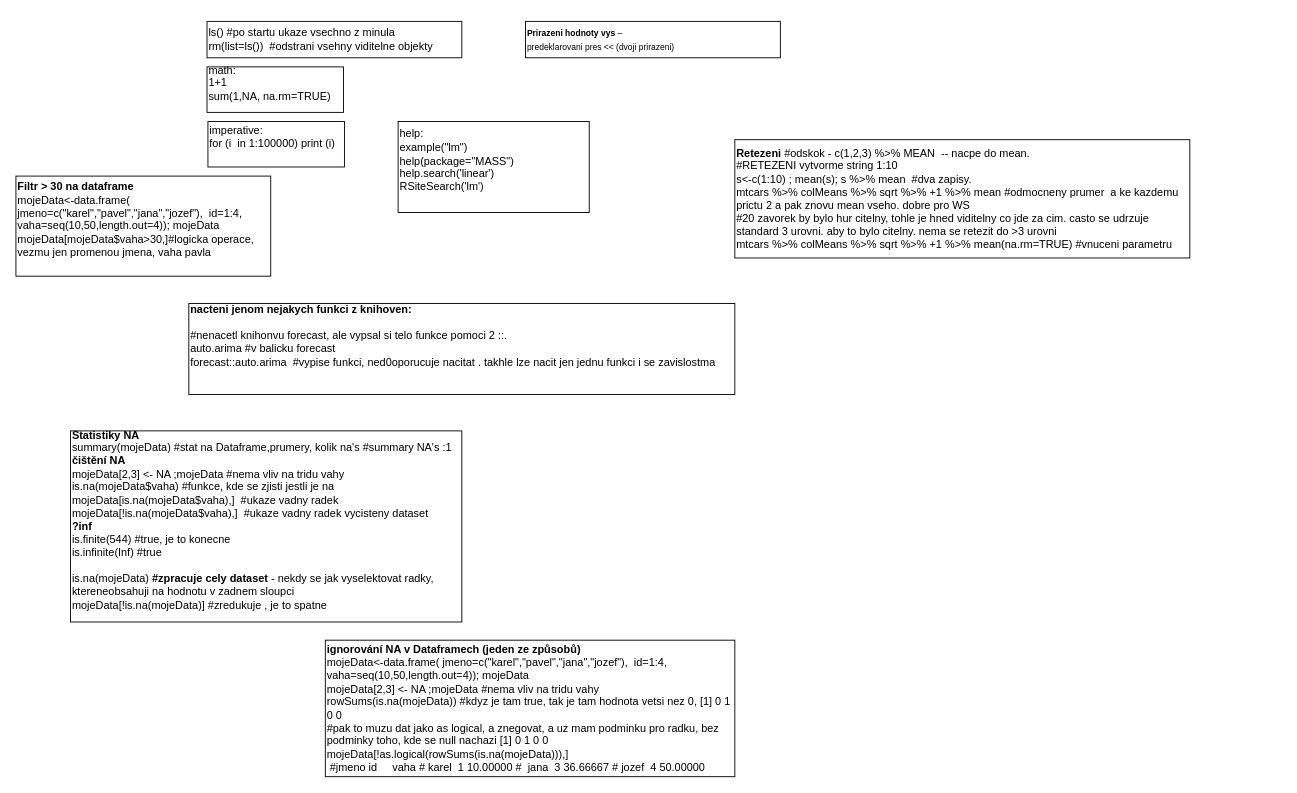
pama78/ucl keeps this draw.io diagram as page "helpers" (4 of 10) of MDAV_UCL.drawio. Above is the earlier version. Source tidied: cells renumbered, new cells numbered last; positions are measured from the earlier drawing's top-left corner, leaving out a move shared by most shapes. Both pictures are drawn from the tidied source at 91%, with x=0, y=0 at pixel (15, 21).
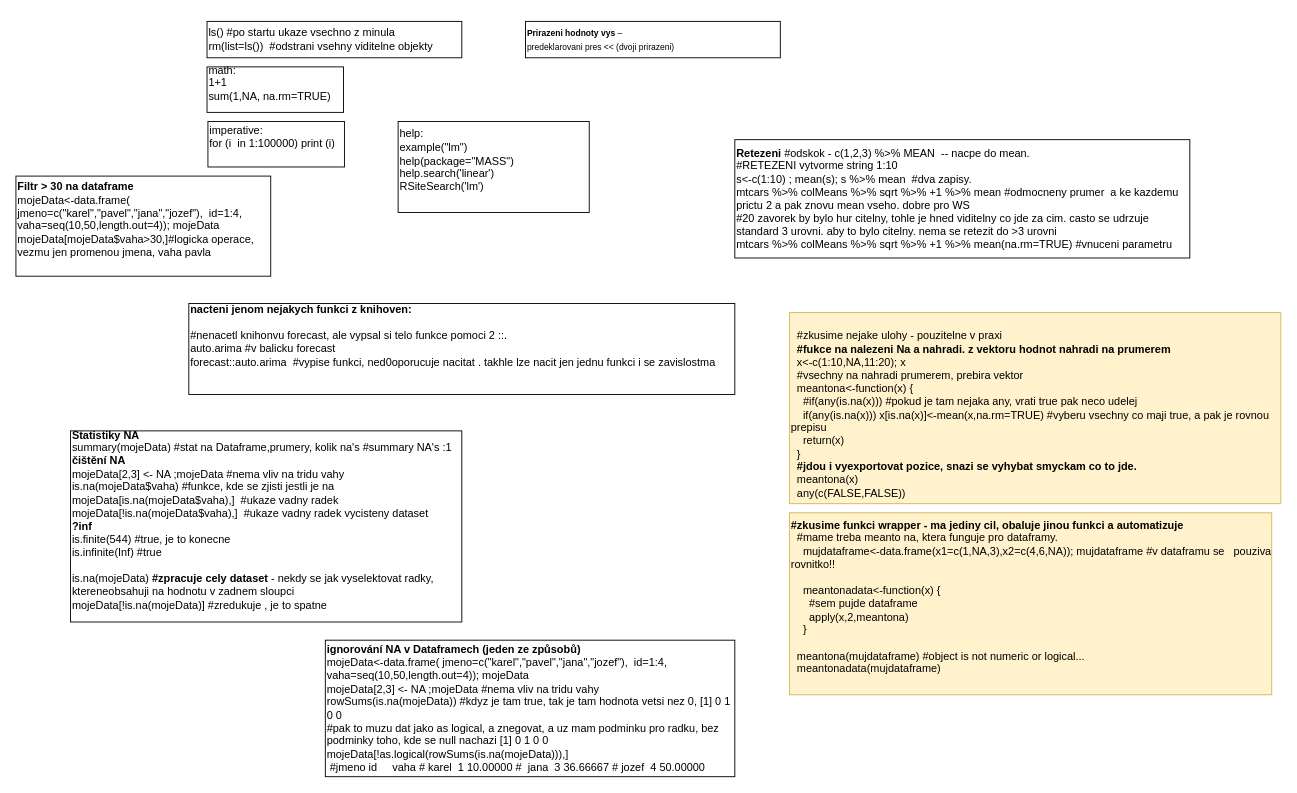
The same diagram, later.

Change to the diagram source:
```diff
@@
 <mxGraphModel>
   <root>
     <mxCell id="0" />
     <mxCell id="1" parent="0" />
     <mxCell id="2" value="&lt;div&gt;ls() #po startu ukaze vsechno z minula&lt;/div&gt;&lt;div&gt;rm(list=ls())&amp;nbsp; #odstrani vsehny viditelne objekty&lt;/div&gt;" style="rounded=0;whiteSpace=wrap;html=1;align=left;" parent="1" vertex="1">
       <mxGeometry x="210" width="280" height="40" as="geometry" />
     </mxCell>
     <mxCell id="3" value="&lt;div&gt;&lt;span&gt;math:&amp;nbsp;&lt;/span&gt;&lt;/div&gt;&lt;div&gt;1+1&lt;/div&gt;&lt;div&gt;sum(1,NA, na.rm=TRUE)&lt;br&gt;&lt;/div&gt;&lt;div&gt;&lt;br&gt;&lt;/div&gt;" style="rounded=0;whiteSpace=wrap;html=1;align=left;" parent="1" vertex="1">
       <mxGeometry x="210" y="50" width="150" height="50" as="geometry" />
     </mxCell>
     <mxCell id="4" value="&lt;div&gt;imperative:&lt;/div&gt;&lt;div&gt;&lt;span&gt;for (i&amp;nbsp; in 1:100000) print (i)&lt;/span&gt;&lt;/div&gt;&lt;div&gt;&lt;div&gt;&lt;font color=&quot;rgba(0, 0, 0, 0)&quot; face=&quot;monospace&quot;&gt;&lt;span style=&quot;font-size: 0px ; white-space: nowrap&quot;&gt;for (i&amp;nbsp; in 1:100000) print (i)&lt;/span&gt;&lt;/font&gt;&lt;/div&gt;&lt;div style=&quot;color: rgba(0 , 0 , 0 , 0) ; font-family: monospace ; font-size: 0px ; white-space: nowrap&quot;&gt;&lt;div&gt;for (i&amp;nbsp; in 1:100000) print (i)&lt;/div&gt;&lt;div&gt;&lt;br&gt;&lt;/div&gt;&lt;/div&gt;&lt;/div&gt;" style="rounded=0;whiteSpace=wrap;html=1;align=left;" parent="1" vertex="1">
       <mxGeometry x="211" y="110" width="150" height="50" as="geometry" />
     </mxCell>
     <mxCell id="5" value="&lt;div&gt;help:&lt;font color=&quot;rgba(0, 0, 0, 0)&quot; face=&quot;monospace&quot;&gt;&lt;span style=&quot;font-size: 0px ; white-space: nowrap&quot;&gt;&lt;span&gt;example(&quot;lm&quot;)&lt;/span&gt;&lt;/span&gt;&lt;/font&gt;&lt;/div&gt;&lt;div&gt;&lt;span&gt;&lt;div&gt;example(&quot;lm&quot;)&lt;/div&gt;&lt;div&gt;&lt;div&gt;help(package=&quot;MASS&quot;)&lt;/div&gt;&lt;/div&gt;&lt;div&gt;&lt;div&gt;help.search('linear')&lt;/div&gt;&lt;div&gt;&lt;span&gt;RSiteSearch('lm')&lt;/span&gt;&lt;br&gt;&lt;/div&gt;&lt;/div&gt;&lt;div&gt;&lt;br&gt;&lt;/div&gt;&lt;/span&gt;&lt;/div&gt;" style="rounded=0;whiteSpace=wrap;html=1;align=left;" parent="1" vertex="1">
       <mxGeometry x="420" y="110" width="210" height="100" as="geometry" />
     </mxCell>
     <mxCell id="6" value="&lt;div&gt;&lt;b&gt;Statistiky NA&lt;/b&gt;&lt;/div&gt;&lt;div&gt;&lt;div&gt;&lt;span&gt;summary(mojeData) #stat na Dataframe,prumery, kolik na's&amp;nbsp;&lt;/span&gt;&lt;span&gt;#summary&amp;nbsp;NA's :1&amp;nbsp;&lt;/span&gt;&lt;/div&gt;&lt;div&gt;&lt;b&gt;čištění NA&lt;/b&gt;&lt;br&gt;&lt;/div&gt;&lt;/div&gt;&lt;div&gt;mojeData[2,3] &amp;lt;- NA ;mojeData #nema vliv na tridu vahy&lt;/div&gt;&lt;div&gt;is.na(mojeData$vaha) #funkce, kde se zjisti jestli je na&lt;/div&gt;&lt;div&gt;mojeData[is.na(mojeData$vaha),]&amp;nbsp; #ukaze vadny radek&lt;/div&gt;&lt;div&gt;mojeData[!is.na(mojeData$vaha),]&amp;nbsp; #ukaze vadny radek vycisteny dataset&lt;/div&gt;&lt;div&gt;&lt;b&gt;&lt;span&gt;?inf&lt;/span&gt;&lt;br&gt;&lt;/b&gt;&lt;/div&gt;&lt;div&gt;&lt;div&gt;is.finite(544) #true, je to konecne&lt;/div&gt;&lt;div&gt;is.infinite(Inf) #true&lt;/div&gt;&lt;div&gt;&lt;br&gt;&lt;/div&gt;&lt;div&gt;is.na(mojeData) &lt;b&gt;#zpracuje cely dataset &lt;/b&gt;- nekdy se jak vyselektovat radky, ktereneobsahuji na hodnotu v zadnem sloupci&lt;/div&gt;&lt;div&gt;mojeData[!is.na(mojeData)] #zredukuje , je to spatne&lt;/div&gt;&lt;/div&gt;&lt;div&gt;&lt;br&gt;&lt;/div&gt;" style="rounded=0;whiteSpace=wrap;html=1;align=left;" parent="1" vertex="1">
       <mxGeometry x="60" y="450" width="430" height="210" as="geometry" />
     </mxCell>
     <mxCell id="7" value="&lt;b&gt;Filtr &amp;gt; 30 na dataframe&lt;br&gt;&lt;/b&gt;&lt;div&gt;mojeData&amp;lt;-data.frame( jmeno=c(&quot;karel&quot;,&quot;pavel&quot;,&quot;jana&quot;,&quot;jozef&quot;),&amp;nbsp; id=1:4,&amp;nbsp; vaha=seq(10,50,length.out=4)); mojeData&lt;/div&gt;&lt;div&gt;mojeData[mojeData$vaha&amp;gt;30,]#logicka operace, vezmu jen promenou jmena, vaha pavla&lt;/div&gt;&lt;div&gt;&lt;br&gt;&lt;/div&gt;" style="rounded=0;whiteSpace=wrap;html=1;align=left;" parent="1" vertex="1">
       <mxGeometry y="170" width="280" height="110" as="geometry" />
     </mxCell>
     <mxCell id="8" value="&lt;div&gt;&lt;b&gt;ignorování NA v Dataframech (jeden ze způsobů)&lt;/b&gt;&lt;/div&gt;&lt;div&gt;&lt;div&gt;mojeData&amp;lt;-data.frame( jmeno=c(&quot;karel&quot;,&quot;pavel&quot;,&quot;jana&quot;,&quot;jozef&quot;),&amp;nbsp; id=1:4,&amp;nbsp; vaha=seq(10,50,length.out=4)); mojeData&lt;/div&gt;&lt;div style=&quot;font-weight: bold&quot;&gt;&lt;span style=&quot;font-weight: normal&quot;&gt;mojeData[2,3] &amp;lt;- NA ;mojeData #nema vliv na tridu vahy&lt;/span&gt;&lt;br&gt;&lt;/div&gt;&lt;/div&gt;&lt;div&gt;&lt;div&gt;&lt;span&gt;rowSums(is.na(mojeData)) #kdyz je tam true, tak je tam hodnota vetsi nez 0, [1] 0 1 0 0&lt;/span&gt;&lt;br&gt;&lt;/div&gt;&lt;/div&gt;&lt;div&gt;&lt;div&gt;#pak to muzu dat jako as logical, a znegovat, a uz mam podminku pro radku, bez podminky toho, kde se null nachazi &lt;span&gt;[1] 0 1 0 0&lt;/span&gt;&lt;/div&gt;&lt;div&gt;mojeData[!as.logical(rowSums(is.na(mojeData))),]&amp;nbsp;&lt;/div&gt;&lt;div&gt;&amp;nbsp;&lt;span&gt;#jmeno id&amp;nbsp; &amp;nbsp; &amp;nbsp;vaha&amp;nbsp;&lt;/span&gt;&lt;span&gt;# karel&amp;nbsp; 1 10.00000&amp;nbsp;&lt;/span&gt;&lt;span&gt;#&amp;nbsp; jana&amp;nbsp; 3 36.66667&amp;nbsp;&lt;/span&gt;&lt;span&gt;# jozef&amp;nbsp; 4 50.00000&lt;/span&gt;&lt;/div&gt;&lt;/div&gt;" style="rounded=0;whiteSpace=wrap;html=1;align=left;" parent="1" vertex="1">
       <mxGeometry x="340" y="680" width="450" height="150" as="geometry" />
     </mxCell>
     <mxCell id="9" value="&lt;div&gt;&lt;b&gt;nacteni jenom nejakych funkci z knihoven:&amp;nbsp;&lt;/b&gt;&lt;/div&gt;&lt;div&gt;&lt;br&gt;&lt;/div&gt;&lt;div&gt;&lt;div&gt;#nenacetl knihonvu forecast, ale vypsal si telo funkce pomoci 2 ::.&amp;nbsp;&lt;/div&gt;&lt;div&gt;auto.arima #v balicku forecast&lt;/div&gt;&lt;div&gt;forecast::auto.arima&amp;nbsp; #vypise funkci, ned0oporucuje nacitat . takhle lze nacit jen jednu funkci i se zavislostma&lt;/div&gt;&lt;/div&gt;&lt;div&gt;&lt;br&gt;&lt;/div&gt;&lt;div&gt;&lt;span style=&quot;color: rgba(0 , 0 , 0 , 0) ; font-family: monospace ; font-size: 0px ; white-space: nowrap&quot;&gt;%3CmraphModel%3E%3Croot%3E%3CmxCell%20id%3D%220%22%2F%3E%3CmxCell%20id%3D%221%22%20parent%3D%220%22%2F%3E%3CmxCell%20id%3D%222%22%20value%3D%22%26lt%3Bdiv%26gt%3Bhelp%3A%26lt%3Bspan%20style%3D%26quot%3Bcolor%3A%20rgba(0%20%2C%200%20%2C%200%20%2C%200)%20%3B%20font-family%3A%20monospace%20%3B%20font-size%3A%200px%20%3B%20white-space%3A%20nowrap%26quot%3B%26gt%3B%253CmxGraphModel%253E%253Croot%253E%253CmxCell%2520id%253D%25220%2522%252F%253E%253CmxCell%2520id%253D%25221%2522%2520parent%253D%25220%2522%252F%253E%253CmxCell%2520id%253D%25222%2522%2520value%253D%2522%2526lt%253Bdiv%2526gt%253B%2526lt%253Bspan%2526gt%253Bmath%253A%2526amp%253Bnbsp%253B%2526lt%253B%252Fspan%2526gt%253B%2526lt%253B%252Fdiv%2526gt%253B%2526lt%253Bdiv%2526gt%253B1%252B1%2526lt%253B%252Fdiv%2526gt%253B%2526lt%253Bdiv%2526gt%253Bsum(1%252CNA%252C%2520na.rm%253DTRUE)%2526lt%253Bbr%2526gt%253B%2526lt%253B%252Fdiv%2526gt%253B%2526lt%253Bdiv%2526gt%253B%2526lt%253Bbr%2526gt%253B%2526lt%253B%252Fdiv%2526gt%253B%2522%2520style%253D%2522rounded%253D0%253BwhiteSpace%253Dwrap%253Bhtml%253D1%253Balign%253Dleft%253B%2522%2520vertex%253D%25221%2522%2520parent%253D%25221%2522%253E%253CmxGeometry%2520x%253D%2522220%2522%2520y%253D%2522130%2522%2520width%253D%2522150%2522%2520height%253D%252250%2522%2520as%253D%2522geometry%2522%252F%253E%253C%252FmxCell%253E%253C%252Froot%253E%253C%252FmxGraphModel%253E%26amp%3Bnbsp%3B%26lt%3B%2Fspan%26gt%3B%26lt%3Bfont%20color%3D%26quot%3Brgba(0%2C%200%2C%200%2C%200)%26quot%3B%20face%3D%26quot%3Bmonospace%26quot%3B%26gt%3B%26lt%3Bspan%20style%3D%26quot%3Bfont-size%3A%200px%20%3B%20white-space%3A%20nowrap%26quot%3B%26gt%3B%26lt%3Bspan%26gt%3Bexample(%26quot%3Blm%26quot%3B)%26lt%3B%2Fspan%26gt%3B%26lt%3B%2Fspan%26gt%3B%26lt%3B%2Ffont%26gt%3B%26lt%3B%2Fdiv%26gt%3B%26lt%3Bdiv%26gt%3B%26lt%3Bspan%26gt%3B%26lt%3Bdiv%26gt%3Bexample(%26quot%3Blm%26quot%3B)%26lt%3B%2Fdiv%26gt%3B%26lt%3Bdiv%26gt%3B%26lt%3Bdiv%26gt%3Bhelp(package%3D%26quot%3BMASS%26quot%3B)%26lt%3B%2Fdiv%26gt%3B%26lt%3B%2Fdiv%26gt%3B%26lt%3Bdiv%26gt%3B%26lt%3Bdiv%26gt%3Bhelp.search('linear')%26lt%3B%2Fdiv%26gt%3B%26lt%3Bdiv%26gt%3B%26lt%3Bspan%26gt%3BRSiteSearch('lm')%26lt%3B%2Fspan%26gt%3B%26lt%3Bbr%26gt%3B%26lt%3B%2Fdiv%26gt%3B%26lt%3B%2Fdiv%26gt%3B%26lt%3Bdiv%26gt%3B%26lt%3Bbr%26gt%3B%26lt%3B%2Fdiv%26gt%3B%26lt%3B%2Fspan%26gt%3B%26lt%3B%2Fdiv%26gt%3B%22%20style%3D%22rounded%3D0%3BwhiteSpace%3Dwrap%3Bhtml%3D1%3Balign%3Dleft%3B%22%20vertex%3D%221%22%20parent%3D%221%22%3E%3CmxGeometry%20x%3D%22430%22%20y%3D%22190%22%20width%3D%22210%22%20height%3D%22100%22%20as%3D%22geometry%22%2F%3E%3C%2FmxCell%3E%3C%2Froot%3E%3C%2FmxGraphModel%3E&lt;/span&gt;&lt;br&gt;&lt;/div&gt;" style="rounded=0;whiteSpace=wrap;html=1;align=left;" parent="1" vertex="1">
       <mxGeometry x="190" y="310" width="600" height="100" as="geometry" />
     </mxCell>
     <mxCell id="10" value="&lt;p class=&quot;MsoNoSpacing&quot;&gt;&lt;span style=&quot;font-size: 7.0pt&quot;&gt;&lt;b&gt;Prirazeni hodnoty vys&lt;/b&gt; –&lt;br/&gt;predeklarovani pres &amp;lt;&amp;lt; (dvoji prirazeni)&lt;/span&gt;&lt;/p&gt;" style="rounded=0;whiteSpace=wrap;html=1;align=left;" parent="1" vertex="1">
       <mxGeometry x="560" width="280" height="40" as="geometry" />
     </mxCell>
     <mxCell id="11" value="&lt;b&gt;Retezeni&amp;nbsp;&lt;/b&gt;&lt;span&gt;#odskok - c(1,2,3) %&amp;gt;% MEAN&amp;nbsp; -- nacpe do mean.&amp;nbsp;&lt;/span&gt;&lt;div&gt;#RETEZENI vytvorme string 1:10&lt;/div&gt;&lt;div&gt;s&amp;lt;-c(1:10) ; mean(s); s %&amp;gt;% mean&amp;nbsp; #dva zapisy.&amp;nbsp;&lt;/div&gt;&lt;div&gt;mtcars %&amp;gt;% colMeans %&amp;gt;% sqrt %&amp;gt;% +1 %&amp;gt;% mean #odmocneny prumer&amp;nbsp; a ke kazdemu prictu 2 a pak znovu mean vseho. dobre pro WS&lt;/div&gt;&lt;div&gt;#20 zavorek by bylo hur citelny, tohle je hned viditelny co jde za cim. casto se udrzuje standard 3 urovni. aby to bylo citelny. nema se retezit do &amp;gt;3 urovni&lt;/div&gt;&lt;div&gt;mtcars %&amp;gt;% colMeans %&amp;gt;% sqrt %&amp;gt;% +1 %&amp;gt;% mean(na.rm=TRUE) #vnuceni parametru&lt;/div&gt;" style="rounded=0;whiteSpace=wrap;html=1;align=left;" parent="1" vertex="1">
       <mxGeometry x="790" y="130" width="500" height="130" as="geometry" />
     </mxCell>
+    <mxCell id="12" value="&lt;div&gt;&amp;nbsp;&amp;nbsp;&lt;/div&gt;&lt;div&gt;&amp;nbsp; #zkusime nejake ulohy - pouzitelne v praxi&lt;/div&gt;&lt;div&gt;&lt;b&gt;&amp;nbsp; #fukce na nalezeni Na a nahradi. z vektoru hodnot nahradi na prumerem&lt;/b&gt;&lt;/div&gt;&lt;div&gt;&amp;nbsp; x&amp;lt;-c(1:10,NA,11:20); x&lt;/div&gt;&lt;div&gt;&amp;nbsp; #vsechny na nahradi prumerem, prebira vektor&lt;/div&gt;&lt;div&gt;&amp;nbsp; meantona&amp;lt;-function(x) {&lt;/div&gt;&lt;div&gt;&amp;nbsp; &amp;nbsp; #if(any(is.na(x))) #pokud je tam nejaka any, vrati true pak neco udelej&lt;/div&gt;&lt;div&gt;&amp;nbsp; &amp;nbsp; if(any(is.na(x))) x[is.na(x)]&amp;lt;-mean(x,na.rm=TRUE) #vyberu vsechny co maji true, a pak je rovnou prepisu&lt;/div&gt;&lt;div&gt;&amp;nbsp; &amp;nbsp; return(x)&lt;/div&gt;&lt;div&gt;&amp;nbsp; }&lt;/div&gt;&lt;div&gt;&lt;b&gt;&amp;nbsp; #jdou i vyexportovat pozice, snazi se vyhybat smyckam co to jde.&lt;/b&gt;&lt;/div&gt;&lt;div&gt;&amp;nbsp; meantona(x)&lt;/div&gt;&lt;div&gt;&amp;nbsp; any(c(FALSE,FALSE))&lt;/div&gt;" style="rounded=0;whiteSpace=wrap;html=1;align=left;fillColor=#fff2cc;strokeColor=#d6b656;" parent="1" vertex="1">
+      <mxGeometry x="850" y="320" width="540" height="210" as="geometry" />
+    </mxCell>
+    <mxCell id="13" value="&lt;div&gt;&lt;b&gt;#zkusime funkci wrapper - ma jediny cil, obaluje jinou funkci a automatizuje&amp;nbsp;&lt;/b&gt;&lt;/div&gt;&lt;div&gt;&amp;nbsp; #mame treba meanto na, ktera funguje pro dataframy.&lt;/div&gt;&lt;div&gt;&amp;nbsp; &amp;nbsp; mujdataframe&amp;lt;-data.frame(x1=c(1,NA,3),x2=c(4,6,NA)); mujdataframe #v dataframu se&amp;nbsp; &amp;nbsp;pouziva rovnitko!!&lt;/div&gt;&lt;div&gt;&amp;nbsp;&amp;nbsp;&lt;/div&gt;&lt;div&gt;&amp;nbsp; &amp;nbsp; meantonadata&amp;lt;-function(x) {&lt;/div&gt;&lt;div&gt;&amp;nbsp; &amp;nbsp; &amp;nbsp; #sem pujde dataframe&lt;/div&gt;&lt;div&gt;&amp;nbsp; &amp;nbsp; &amp;nbsp; apply(x,2,meantona)&lt;/div&gt;&lt;div&gt;&amp;nbsp; &amp;nbsp; }&lt;/div&gt;&lt;div&gt;&amp;nbsp;&amp;nbsp;&lt;/div&gt;&lt;div&gt;&amp;nbsp; meantona(mujdataframe) #object is not numeric or logical...&lt;/div&gt;&lt;div&gt;&amp;nbsp; meantonadata(mujdataframe)&lt;/div&gt;&lt;div&gt;&amp;nbsp;&amp;nbsp;&lt;/div&gt;" style="rounded=0;whiteSpace=wrap;html=1;align=left;fillColor=#fff2cc;strokeColor=#d6b656;" parent="1" vertex="1">
+      <mxGeometry x="850" y="540" width="530" height="200" as="geometry" />
+    </mxCell>
   </root>
 </mxGraphModel>
```
